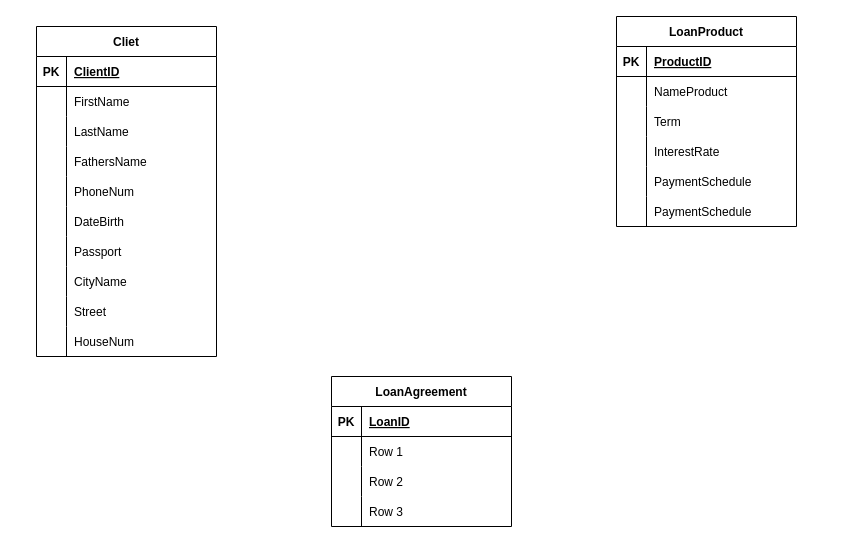
RadmirSalikhov/job4j_elementary keeps this draw.io diagram as Диаграмма без названия.drawio. Above is the earlier version. Source tidied: cells renumbered, new cells numbered last; positions are measured from the earlier drawing's top-left corner, leaving out a move shared by most shapes. Both pictures are drawn from the tidied source at 100%, with x=0, y=0 at pixel (36, 16).
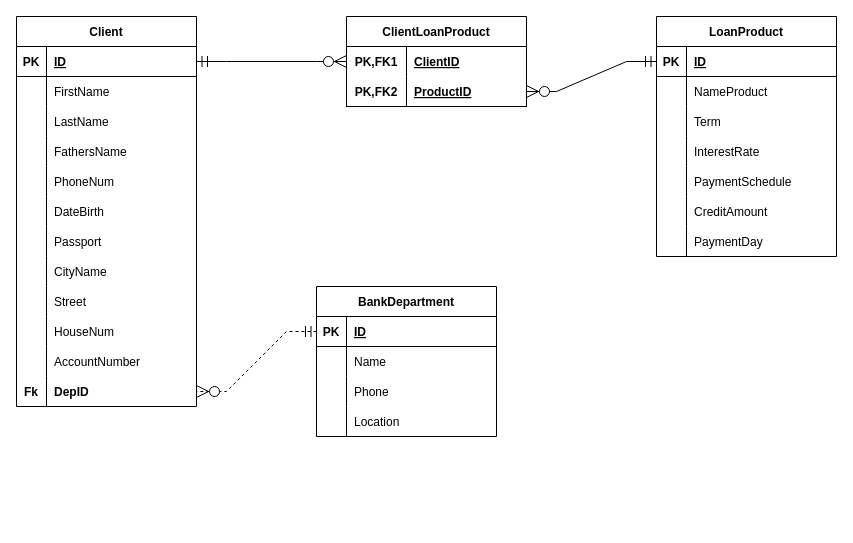
Above is the later version.

Unchanged cells that the change refers to:
```xml
<mxCell id="3" style="shape=tableRow;horizontal=0;startSize=0;swimlaneHead=0;swimlaneBody=0;fillColor=none;points=[[0,0.5],[1,0.5]];portConstraint=eastwest;top=0;left=0;right=0;bottom=1;" parent="2" vertex="1">
  <mxGeometry y="30" width="180" height="30" as="geometry" />
</mxCell>
<mxCell id="34" style="shape=tableRow;horizontal=0;startSize=0;swimlaneHead=0;swimlaneBody=0;fillColor=none;points=[[0,0.5],[1,0.5]];portConstraint=eastwest;top=0;left=0;right=0;bottom=1;" parent="33" vertex="1">
  <mxGeometry y="30" width="180" height="30" as="geometry" />
</mxCell>
<mxCell id="49" style="shape=tableRow;horizontal=0;startSize=0;swimlaneHead=0;swimlaneBody=0;fillColor=none;top=0;left=0;right=0;bottom=0;" parent="33" vertex="1">
  <mxGeometry y="180" width="180" height="30" as="geometry" />
</mxCell>
<mxCell id="53" style="shape=tableRow;horizontal=0;startSize=0;swimlaneHead=0;swimlaneBody=0;fillColor=none;points=[[0,0.5],[1,0.5]];portConstraint=eastwest;top=0;left=0;right=0;bottom=1;" parent="52" vertex="1">
  <mxGeometry y="30" width="180" height="30" as="geometry" />
</mxCell>
<mxCell id="56" style="shape=tableRow;horizontal=0;startSize=0;swimlaneHead=0;swimlaneBody=0;fillColor=none;top=0;left=0;right=0;bottom=0;" parent="52" vertex="1">
  <mxGeometry y="60" width="180" height="30" as="geometry" />
</mxCell>
<mxCell id="59" style="shape=tableRow;horizontal=0;startSize=0;swimlaneHead=0;swimlaneBody=0;fillColor=none;top=0;left=0;right=0;bottom=0;" parent="52" vertex="1">
  <mxGeometry y="90" width="180" height="30" as="geometry" />
</mxCell>
<mxCell id="62" style="shape=tableRow;horizontal=0;startSize=0;swimlaneHead=0;swimlaneBody=0;fillColor=none;top=0;left=0;right=0;bottom=0;" parent="52" vertex="1">
  <mxGeometry y="120" width="180" height="30" as="geometry" />
</mxCell>
```

Diff of the diagram source:
```diff
@@
-    <mxCell id="2" value="Cliet" style="shape=table;startSize=30;childLayout=tableLayout;rowLines=0;fontStyle=1;align=center;" parent="1" vertex="1">
-      <mxGeometry y="10" width="180" height="330" as="geometry" />
+    <mxCell id="2" value="Client" style="shape=table;startSize=30;childLayout=tableLayout;rowLines=0;fontStyle=1;align=center;" parent="1" vertex="1">
+      <mxGeometry x="-20" width="180" height="390" as="geometry" />
     </mxCell>
@@
-    <mxCell id="5" value="СlientID" style="shape=partialRectangle;fillColor=none;top=0;left=0;bottom=0;right=0;align=left;spacingLeft=6;fontStyle=5;overflow=hidden;" parent="3" vertex="1">
+    <mxCell id="5" value="ID" style="shape=partialRectangle;fillColor=none;top=0;left=0;bottom=0;right=0;align=left;spacingLeft=6;fontStyle=5;overflow=hidden;" parent="3" vertex="1">
       <mxGeometry x="30" width="150" height="30" as="geometry" />
     </mxCell>
@@
+    <mxCell id="65" style="shape=tableRow;horizontal=0;startSize=0;swimlaneHead=0;swimlaneBody=0;fillColor=none;top=0;left=0;right=0;bottom=0;" parent="2" vertex="1">
+      <mxGeometry y="330" width="180" height="30" as="geometry" />
+    </mxCell>
+    <mxCell id="66" style="shape=partialRectangle;fillColor=none;top=0;left=0;bottom=0;right=0;overflow=hidden;" parent="65" vertex="1">
+      <mxGeometry width="30" height="30" as="geometry" />
+    </mxCell>
+    <mxCell id="67" value="AccountNumber" style="shape=partialRectangle;fillColor=none;top=0;left=0;bottom=0;right=0;align=left;spacingLeft=6;overflow=hidden;" parent="65" vertex="1">
+      <mxGeometry x="30" width="150" height="30" as="geometry" />
+    </mxCell>
+    <mxCell id="68" style="shape=tableRow;horizontal=0;startSize=0;swimlaneHead=0;swimlaneBody=0;fillColor=none;points=[[0,0.5],[1,0.5]];portConstraint=eastwest;top=0;left=0;right=0;bottom=0;" parent="2" vertex="1">
+      <mxGeometry y="360" width="180" height="30" as="geometry" />
+    </mxCell>
+    <mxCell id="69" value="Fk" style="shape=partialRectangle;fillColor=none;top=0;left=0;bottom=0;right=0;overflow=hidden;fontStyle=1;" parent="68" vertex="1">
+      <mxGeometry width="30" height="30" as="geometry" />
+    </mxCell>
+    <mxCell id="70" value="DepID" style="shape=partialRectangle;fillColor=none;top=0;left=0;bottom=0;right=0;align=left;spacingLeft=6;overflow=hidden;fontStyle=1;" parent="68" vertex="1">
+      <mxGeometry x="30" width="150" height="30" as="geometry" />
+    </mxCell>
     <mxCell id="33" value="LoanProduct" style="shape=table;startSize=30;childLayout=tableLayout;rowLines=0;fontStyle=1;align=center;" parent="1" vertex="1">
-      <mxGeometry x="580" width="180" height="210" as="geometry" />
+      <mxGeometry x="620" width="180" height="240" as="geometry" />
     </mxCell>
@@
-    <mxCell id="36" value="ProductID" style="shape=partialRectangle;fillColor=none;top=0;left=0;bottom=0;right=0;align=left;spacingLeft=6;fontStyle=5;overflow=hidden;" parent="34" vertex="1">
+    <mxCell id="36" value="ID" style="shape=partialRectangle;fillColor=none;top=0;left=0;bottom=0;right=0;align=left;spacingLeft=6;fontStyle=5;overflow=hidden;" parent="34" vertex="1">
       <mxGeometry x="30" width="150" height="30" as="geometry" />
     </mxCell>
@@
-    <mxCell id="51" value="PaymentSchedule" style="shape=partialRectangle;fillColor=none;top=0;left=0;bottom=0;right=0;align=left;spacingLeft=6;overflow=hidden;" parent="49" vertex="1">
+    <mxCell id="51" value="CreditAmount" style="shape=partialRectangle;fillColor=none;top=0;left=0;bottom=0;right=0;align=left;spacingLeft=6;overflow=hidden;" parent="49" vertex="1">
       <mxGeometry x="30" width="150" height="30" as="geometry" />
     </mxCell>
+    <mxCell id="71" style="shape=tableRow;horizontal=0;startSize=0;swimlaneHead=0;swimlaneBody=0;fillColor=none;top=0;left=0;right=0;bottom=0;" parent="33" vertex="1">
+      <mxGeometry y="210" width="180" height="30" as="geometry" />
+    </mxCell>
+    <mxCell id="72" style="shape=partialRectangle;fillColor=none;top=0;left=0;bottom=0;right=0;overflow=hidden;" parent="71" vertex="1">
+      <mxGeometry width="30" height="30" as="geometry" />
+    </mxCell>
+    <mxCell id="73" value="PaymentDay" style="shape=partialRectangle;fillColor=none;top=0;left=0;bottom=0;right=0;align=left;spacingLeft=6;overflow=hidden;" parent="71" vertex="1">
+      <mxGeometry x="30" width="150" height="30" as="geometry" />
+    </mxCell>
-    <mxCell id="52" value="LoanAgreement" style="shape=table;startSize=30;childLayout=tableLayout;rowLines=0;fontStyle=1;align=center;" parent="1" vertex="1">
-      <mxGeometry x="295" y="360" width="180" height="150" as="geometry" />
+    <mxCell id="52" value="BankDepartment" style="shape=table;startSize=30;childLayout=tableLayout;rowLines=0;fontStyle=1;align=center;" parent="1" vertex="1">
+      <mxGeometry x="280" y="270" width="180" height="150" as="geometry" />
     </mxCell>
@@
-    <mxCell id="55" value="LoanID" style="shape=partialRectangle;fillColor=none;top=0;left=0;bottom=0;right=0;align=left;spacingLeft=6;fontStyle=5;overflow=hidden;" parent="53" vertex="1">
+    <mxCell id="55" value="ID" style="shape=partialRectangle;fillColor=none;top=0;left=0;bottom=0;right=0;align=left;spacingLeft=6;fontStyle=5;overflow=hidden;" parent="53" vertex="1">
       <mxGeometry x="30" width="150" height="30" as="geometry" />
     </mxCell>
@@
-    <mxCell id="58" value="Row 1" style="shape=partialRectangle;fillColor=none;top=0;left=0;bottom=0;right=0;align=left;spacingLeft=6;overflow=hidden;" parent="56" vertex="1">
+    <mxCell id="58" value="Name" style="shape=partialRectangle;fillColor=none;top=0;left=0;bottom=0;right=0;align=left;spacingLeft=6;overflow=hidden;" parent="56" vertex="1">
       <mxGeometry x="30" width="150" height="30" as="geometry" />
     </mxCell>
@@
-    <mxCell id="61" value="Row 2" style="shape=partialRectangle;fillColor=none;top=0;left=0;bottom=0;right=0;align=left;spacingLeft=6;overflow=hidden;" parent="59" vertex="1">
+    <mxCell id="61" value="Phone" style="shape=partialRectangle;fillColor=none;top=0;left=0;bottom=0;right=0;align=left;spacingLeft=6;overflow=hidden;" parent="59" vertex="1">
       <mxGeometry x="30" width="150" height="30" as="geometry" />
     </mxCell>
@@
-    <mxCell id="64" value="Row 3" style="shape=partialRectangle;fillColor=none;top=0;left=0;bottom=0;right=0;align=left;spacingLeft=6;overflow=hidden;" parent="62" vertex="1">
+    <mxCell id="64" value="Location" style="shape=partialRectangle;fillColor=none;top=0;left=0;bottom=0;right=0;align=left;spacingLeft=6;overflow=hidden;" parent="62" vertex="1">
       <mxGeometry x="30" width="150" height="30" as="geometry" />
     </mxCell>
+    <mxCell id="74" style="edgeStyle=entityRelationEdgeStyle;fontSize=12;html=1;endArrow=ERzeroToMany;startArrow=ERmandOne;rounded=0;endSize=10;startSize=9;exitX=1;exitY=0.5;exitDx=0;exitDy=0;entryX=0;entryY=0.5;entryDx=0;entryDy=0;" parent="1" edge="1" source="3" target="76">
+      <mxGeometry relative="1" as="geometry" />
+    </mxCell>
+    <mxCell id="75" value="ClientLoanProduct" style="shape=table;startSize=30;childLayout=tableLayout;rowLines=0;fontStyle=1;align=center;" parent="1" vertex="1">
+      <mxGeometry x="310" width="180" height="90" as="geometry" />
+    </mxCell>
+    <mxCell id="76" style="shape=tableRow;horizontal=0;startSize=0;swimlaneHead=0;swimlaneBody=0;fillColor=none;points=[[0,0.5],[1,0.5]];portConstraint=eastwest;top=0;left=0;right=0;bottom=0;" parent="75" vertex="1">
+      <mxGeometry y="30" width="180" height="30" as="geometry" />
+    </mxCell>
+    <mxCell id="77" value="PK,FK1" style="shape=partialRectangle;fillColor=none;top=0;left=0;bottom=0;right=0;fontStyle=1;overflow=hidden;" parent="76" vertex="1">
+      <mxGeometry width="60" height="30" as="geometry" />
+    </mxCell>
+    <mxCell id="78" value="СlientID" style="shape=partialRectangle;fillColor=none;top=0;left=0;bottom=0;right=0;align=left;spacingLeft=6;fontStyle=5;overflow=hidden;" parent="76" vertex="1">
+      <mxGeometry x="60" width="120" height="30" as="geometry" />
+    </mxCell>
+    <mxCell id="79" style="shape=tableRow;horizontal=0;startSize=0;swimlaneHead=0;swimlaneBody=0;fillColor=none;points=[[0,0.5],[1,0.5]];portConstraint=eastwest;top=0;left=0;right=0;bottom=1;" parent="75" vertex="1">
+      <mxGeometry y="60" width="180" height="30" as="geometry" />
+    </mxCell>
+    <mxCell id="80" value="PK,FK2" style="shape=partialRectangle;fillColor=none;top=0;left=0;bottom=0;right=0;fontStyle=1;overflow=hidden;" parent="79" vertex="1">
+      <mxGeometry width="60" height="30" as="geometry" />
+    </mxCell>
+    <mxCell id="81" value="ProductID" style="shape=partialRectangle;fillColor=none;top=0;left=0;bottom=0;right=0;align=left;spacingLeft=6;fontStyle=5;overflow=hidden;" parent="79" vertex="1">
+      <mxGeometry x="60" width="120" height="30" as="geometry" />
+    </mxCell>
+    <mxCell id="82" style="edgeStyle=entityRelationEdgeStyle;fontSize=12;html=1;endArrow=ERzeroToMany;startArrow=ERmandOne;rounded=0;endSize=10;startSize=9;exitX=0;exitY=0.5;exitDx=0;exitDy=0;entryX=1;entryY=0.5;entryDx=0;entryDy=0;" parent="1" edge="1" source="34" target="79">
+      <mxGeometry relative="1" as="geometry" />
+    </mxCell>
+    <mxCell id="83" style="edgeStyle=entityRelationEdgeStyle;fontSize=12;html=1;endArrow=ERzeroToMany;startArrow=ERmandOne;rounded=0;endSize=10;startSize=9;exitX=0;exitY=0.5;exitDx=0;exitDy=0;entryX=1;entryY=0.5;entryDx=0;entryDy=0;dashed=1;" parent="1" edge="1" source="53" target="68">
+      <mxGeometry relative="1" as="geometry" />
+    </mxCell>
```
